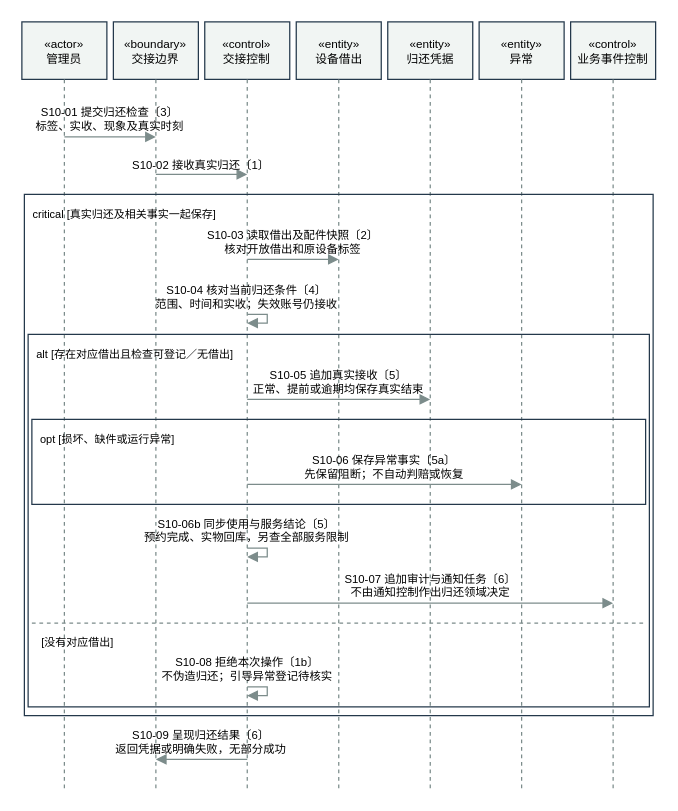
Before: models/图形源文件/图5-6-设备归还内部协作序列图.drawio in yvming67-gif/campus-lab-equipment-manager, a draw.io diagram. Source tidied: cells renumbered, new cells numbered last; positions are measured from the earlier drawing's top-left corner, leaving out a move shared by most shapes. Both pictures are drawn from the tidied source at 125%, with x=0, y=0 at pixel (21, 21).
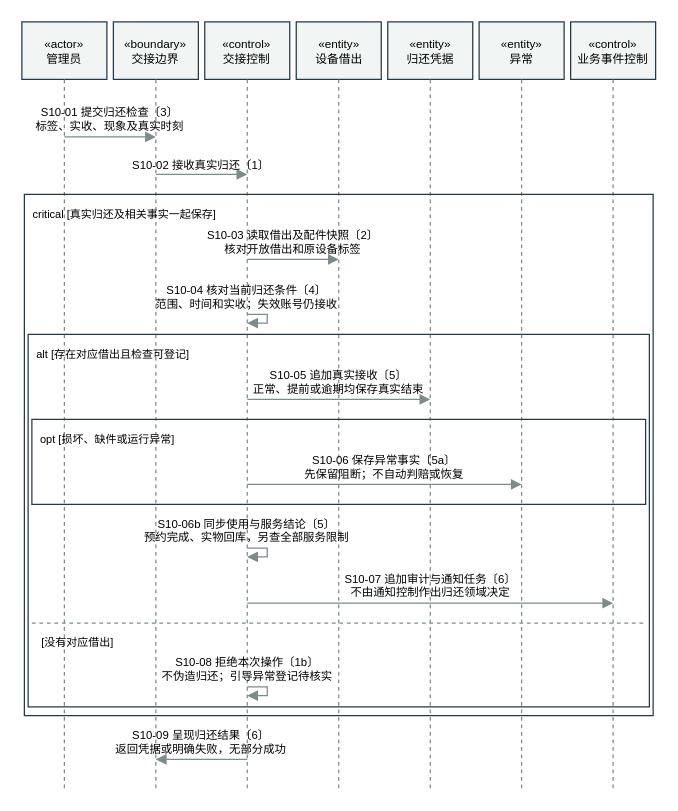
The same diagram, later.

The edit, as a diff of the source:
```diff
@@
-    <mxCell id="19" value="alt [存在对应借出且检查可登记／无借出]" style="text;whiteSpace=wrap;html=1;strokeColor=none;fillColor=none;fontFamily=Microsoft YaHei;fontSize=8.8;align=left;" parent="1" vertex="1">
-      <mxGeometry x="10" y="254.1" width="163.7" height="11.8" as="geometry" />
+    <mxCell id="19" value="alt [存在对应借出且检查可登记]" style="text;whiteSpace=wrap;html=1;strokeColor=none;fillColor=none;fontFamily=Microsoft YaHei;fontSize=8.8;align=left;" parent="1" vertex="1">
+      <mxGeometry x="10" y="254.1" width="129" height="11.8" as="geometry" />
     </mxCell>
```
